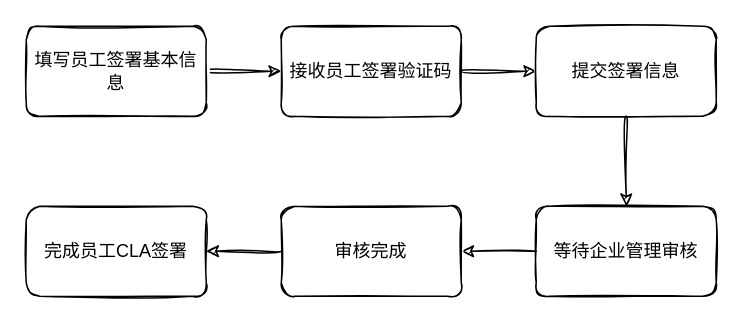
Earlier version of the draw.io diagram 员工签署流程.drawio (weijiang1994/draw-io). Source tidied: cells renumbered, new cells numbered last; positions are measured from the earlier drawing's top-left corner, leaving out a move shared by most shapes. Both pictures are drawn from the tidied source at 150%, with x=0, y=0 at pixel (26, 26).
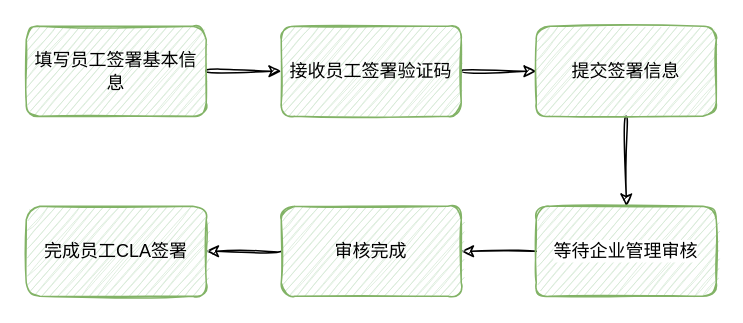
The same page after the edit.

Commit message:
更新员工签署流程.drawio

Change to the diagram source:
```diff
@@
 <mxGraphModel>
   <root>
     <mxCell id="0" />
     <mxCell id="1" parent="0" />
     <mxCell id="2" style="edgeStyle=orthogonalEdgeStyle;rounded=1;jettySize=auto;html=1;exitX=1;exitY=0.5;exitDx=0;exitDy=0;entryX=0;entryY=0.5;entryDx=0;entryDy=0;sketch=1;curved=1;" parent="1" edge="1" source="3" target="5">
       <mxGeometry relative="1" as="geometry" />
     </mxCell>
-    <mxCell id="3" value="填写员工签署基本信息" style="rounded=1;whiteSpace=wrap;html=1;sketch=1;" parent="1" vertex="1">
+    <mxCell id="3" value="填写员工签署基本信息" style="rounded=1;whiteSpace=wrap;html=1;sketch=1;strokeColor=#82B366;fillColor=#D5E8D4;" parent="1" vertex="1">
       <mxGeometry width="120" height="60" as="geometry" />
     </mxCell>
     <mxCell id="4" style="edgeStyle=orthogonalEdgeStyle;rounded=1;jettySize=auto;html=1;exitX=1;exitY=0.5;exitDx=0;exitDy=0;entryX=0;entryY=0.5;entryDx=0;entryDy=0;sketch=1;curved=1;" parent="1" edge="1" source="5" target="7">
       <mxGeometry relative="1" as="geometry" />
     </mxCell>
-    <mxCell id="5" value="接收员工签署验证码" style="rounded=1;whiteSpace=wrap;html=1;sketch=1;align=center;" parent="1" vertex="1">
+    <mxCell id="5" value="接收员工签署验证码" style="rounded=1;whiteSpace=wrap;html=1;sketch=1;align=center;fillColor=#D5E8D4;strokeColor=#82B366;" parent="1" vertex="1">
       <mxGeometry x="170" width="120" height="60" as="geometry" />
     </mxCell>
     <mxCell id="6" style="edgeStyle=orthogonalEdgeStyle;rounded=1;jettySize=auto;html=1;exitX=0.5;exitY=1;exitDx=0;exitDy=0;entryX=0.5;entryY=0;entryDx=0;entryDy=0;sketch=1;curved=1;" parent="1" edge="1" source="7" target="9">
       <mxGeometry relative="1" as="geometry" />
     </mxCell>
-    <mxCell id="7" value="提交签署信息" style="rounded=1;whiteSpace=wrap;html=1;sketch=1;" parent="1" vertex="1">
+    <mxCell id="7" value="提交签署信息" style="rounded=1;whiteSpace=wrap;html=1;sketch=1;fillColor=#D5E8D4;strokeColor=#82B366;" parent="1" vertex="1">
       <mxGeometry x="340" width="120" height="60" as="geometry" />
     </mxCell>
     <mxCell id="8" style="edgeStyle=orthogonalEdgeStyle;rounded=1;jettySize=auto;html=1;exitX=0;exitY=0.5;exitDx=0;exitDy=0;entryX=1;entryY=0.5;entryDx=0;entryDy=0;sketch=1;curved=1;" parent="1" edge="1" source="9" target="11">
       <mxGeometry relative="1" as="geometry" />
     </mxCell>
-    <mxCell id="9" value="等待企业管理审核" style="rounded=1;whiteSpace=wrap;html=1;sketch=1;labelBackgroundColor=default;" parent="1" vertex="1">
+    <mxCell id="9" value="等待企业管理审核" style="rounded=1;whiteSpace=wrap;html=1;sketch=1;labelBackgroundColor=default;fillColor=#D5E8D4;strokeColor=#82B366;" parent="1" vertex="1">
       <mxGeometry x="340" y="120" width="120" height="60" as="geometry" />
     </mxCell>
     <mxCell id="10" style="edgeStyle=orthogonalEdgeStyle;rounded=1;jettySize=auto;html=1;exitX=0;exitY=0.5;exitDx=0;exitDy=0;entryX=1;entryY=0.5;entryDx=0;entryDy=0;sketch=1;curved=1;" parent="1" edge="1" source="11" target="12">
       <mxGeometry relative="1" as="geometry" />
     </mxCell>
-    <mxCell id="11" value="审核完成" style="rounded=1;whiteSpace=wrap;html=1;sketch=1;" parent="1" vertex="1">
+    <mxCell id="11" value="审核完成" style="rounded=1;whiteSpace=wrap;html=1;sketch=1;fillColor=#D5E8D4;strokeColor=#82B366;" parent="1" vertex="1">
       <mxGeometry x="170" y="120" width="120" height="60" as="geometry" />
     </mxCell>
-    <mxCell id="12" value="完成员工CLA签署" style="rounded=1;whiteSpace=wrap;html=1;sketch=1;" parent="1" vertex="1">
+    <mxCell id="12" value="完成员工CLA签署" style="rounded=1;whiteSpace=wrap;html=1;sketch=1;fillColor=#D5E8D4;strokeColor=#82B366;" parent="1" vertex="1">
       <mxGeometry y="120" width="120" height="60" as="geometry" />
     </mxCell>
   </root>
 </mxGraphModel>
```
